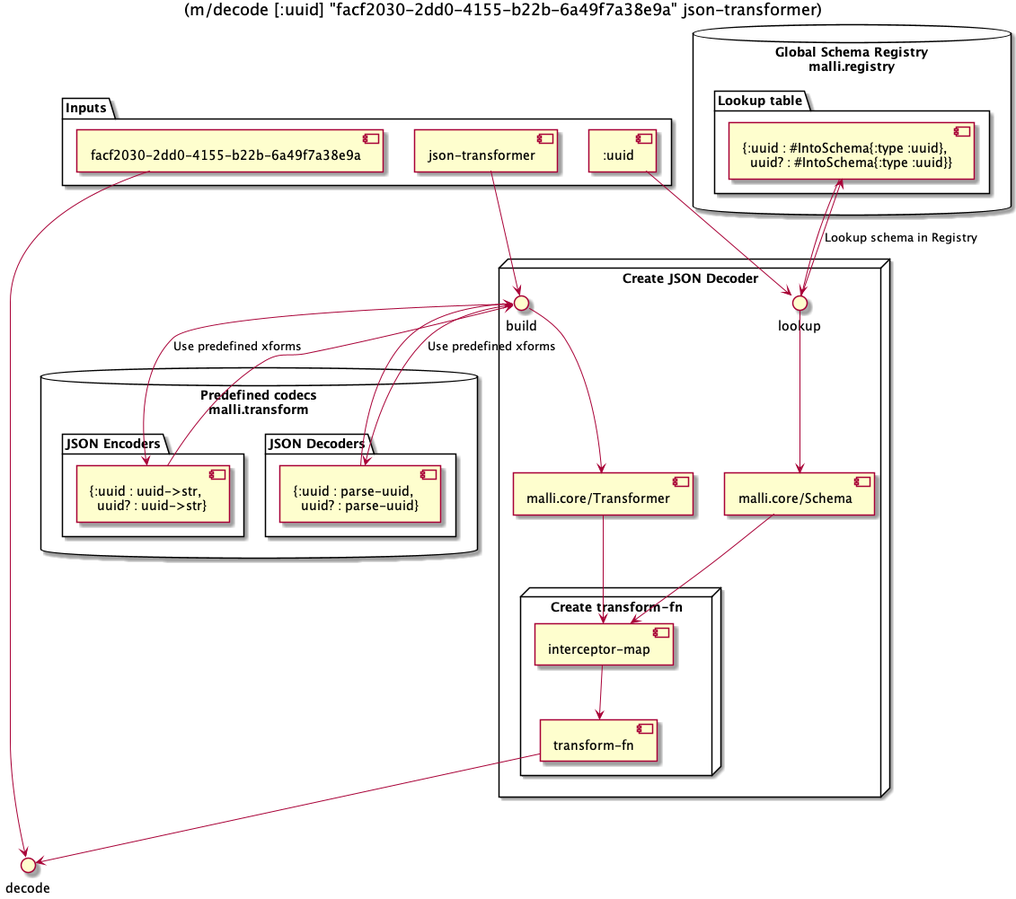
Before: resources/key-concepts-2.png, a diagram exported from PlantUML (ALai57/malli-walkthrough). Its diagram source:
```plantuml
@startuml
Title (m/decode [:uuid] "facf2030-2dd0-4155-b22b-6a49f7a38e9a" json-transformer)

database "Global Schema Registry\nmalli.registry" {
  folder "Lookup table" {
    [{:uuid : #IntoSchema{:type :uuid},\n  uuid? : #IntoSchema{:type :uuid}}] as LT
  }
}

package "Inputs" {
  [facf2030-2dd0-4155-b22b-6a49f7a38e9a]
  [json-transformer]
  [:uuid]
}

node "Create JSON Decoder" {
  [:uuid] --> lookup
  lookup --> [malli.core/Schema]
  [json-transformer] --> build
  build --> [malli.core/Transformer]

  node "Create transform-fn" {
    [malli.core/Schema] --> [interceptor-map]
    [malli.core/Transformer] --> [interceptor-map]
    [interceptor-map] --> [transform-fn]
  }
}

[lookup] --> LT : Lookup schema in Registry
LT --> [lookup]

database "Predefined codecs\nmalli.transform" {
  folder "JSON Encoders" {
    [{:uuid : uuid->str,\n  uuid? : uuid->str}] as Jenc
  }

  folder "JSON Decoders" {
    [{:uuid : parse-uuid,\n  uuid? : parse-uuid}] as Jdec
  }
}

[build] --> Jenc : Use predefined xforms
Jenc --> [build]

[build] --> Jdec : Use predefined xforms
Jdec --> [build]

[transform-fn] --> decode
[facf2030-2dd0-4155-b22b-6a49f7a38e9a] --> decode

@enduml
```
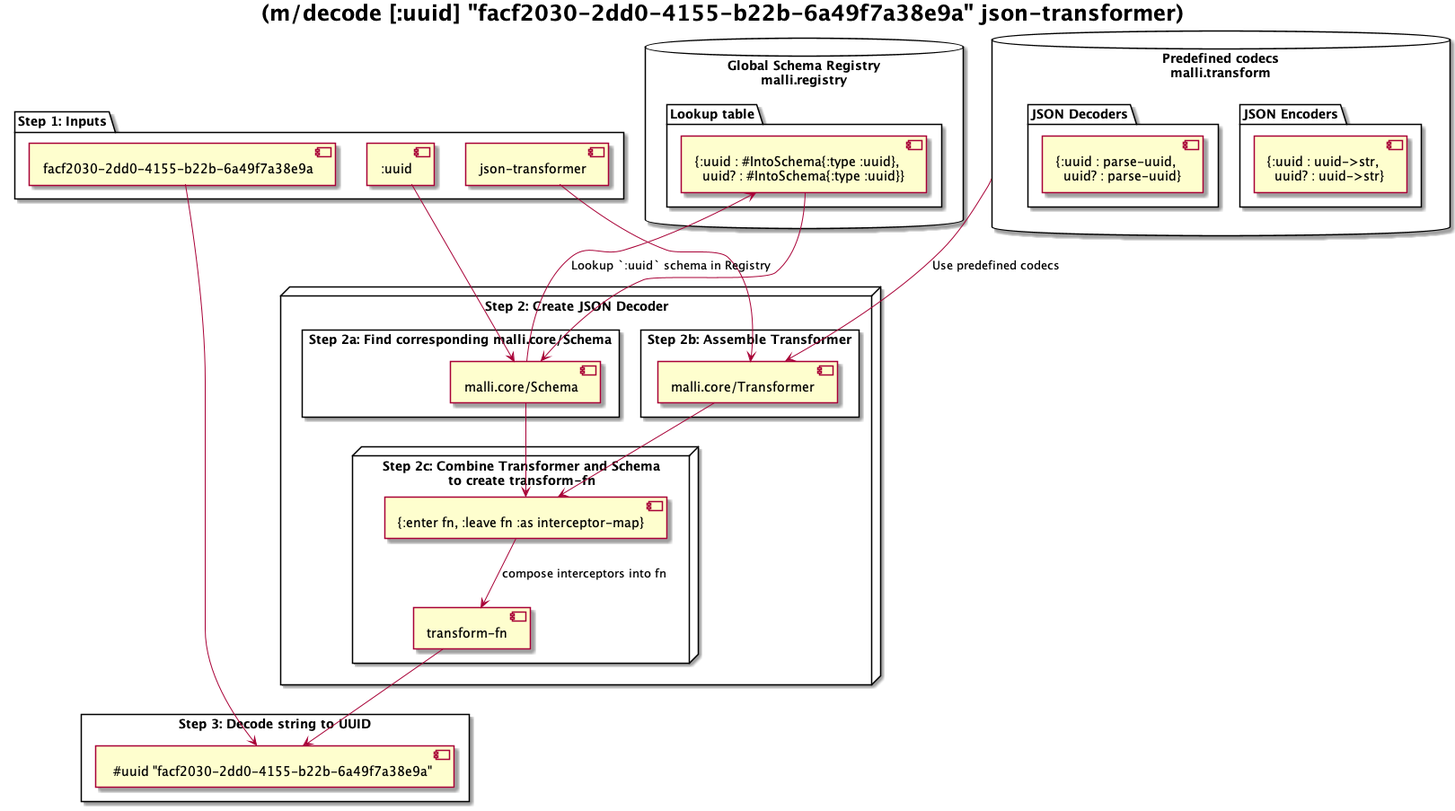
Above is the later version.

Change to the diagram source:
```diff
@@ -1,4 +1,6 @@
 @startuml
+skinparam TitleFontSize 24
+skinparam TitleFontStyle Bold
 Title (m/decode [:uuid] "facf2030-2dd0-4155-b22b-6a49f7a38e9a" json-transformer)
 
 database "Global Schema Registry\nmalli.registry" {
@@ -7,29 +9,31 @@
   }
 }
 
-package "Inputs" {
-  [facf2030-2dd0-4155-b22b-6a49f7a38e9a]
+package "Step 1: Inputs" {
+  ["facf2030-2dd0-4155-b22b-6a49f7a38e9a"]
   [json-transformer]
   [:uuid]
 }
 
-node "Create JSON Decoder" {
-  [:uuid] --> lookup
-  lookup --> [malli.core/Schema]
-  [json-transformer] --> build
-  build --> [malli.core/Transformer]
+node "Step 2: Create JSON Decoder" {
+  rectangle "Step 2a: Find corresponding malli.core/Schema" {
+    [:uuid] --> [malli.core/Schema]
+  }
+  rectangle "Step 2b: Assemble Transformer"{
+    [json-transformer] --> [malli.core/Transformer]
+  }
 
-  node "Create transform-fn" {
-    [malli.core/Schema] --> [interceptor-map]
-    [malli.core/Transformer] --> [interceptor-map]
-    [interceptor-map] --> [transform-fn]
+  node "Step 2c: Combine Transformer and Schema\nto create transform-fn" {
+    [malli.core/Schema] --> [{:enter fn, :leave fn :as interceptor-map}]
+    [malli.core/Transformer] --> [{:enter fn, :leave fn :as interceptor-map}]
+    [{:enter fn, :leave fn :as interceptor-map}] --> [transform-fn] : compose interceptors into fn
   }
 }
 
-[lookup] --> LT : Lookup schema in Registry
-LT --> [lookup]
+[malli.core/Schema] --> LT : Lookup `:uuid` schema in Registry
+LT --> [malli.core/Schema]
 
-database "Predefined codecs\nmalli.transform" {
+database "Predefined codecs\nmalli.transform" as DB {
   folder "JSON Encoders" {
     [{:uuid : uuid->str,\n  uuid? : uuid->str}] as Jenc
   }
@@ -39,13 +43,11 @@
   }
 }
 
-[build] --> Jenc : Use predefined xforms
-Jenc --> [build]
+DB --> [malli.core/Transformer] : Use predefined codecs
 
-[build] --> Jdec : Use predefined xforms
-Jdec --> [build]
-
-[transform-fn] --> decode
-[facf2030-2dd0-4155-b22b-6a49f7a38e9a] --> decode
+rectangle "Step 3: Decode string to UUID" {
+  [transform-fn] --> [ #uuid "facf2030-2dd0-4155-b22b-6a49f7a38e9a"]
+  ["facf2030-2dd0-4155-b22b-6a49f7a38e9a"] --> [ #uuid "facf2030-2dd0-4155-b22b-6a49f7a38e9a"]
+}
 
 @enduml
```
